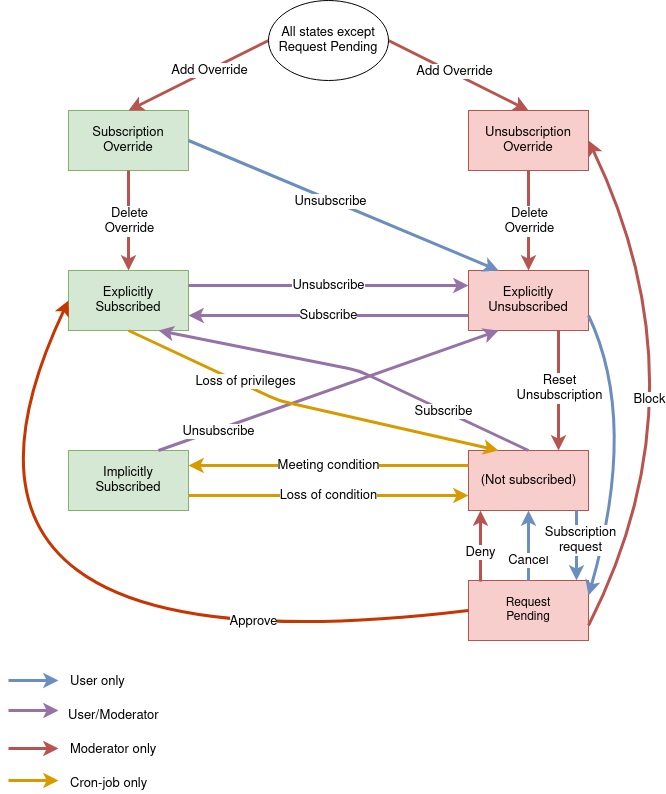
Before: doc/source/SubscriptionStates.png, a diagram exported from draw.io (cde-ev/subman). Source tidied: cells renumbered, new cells last; positions are measured from the earlier drawing's top-left corner, leaving out a move shared by most shapes.
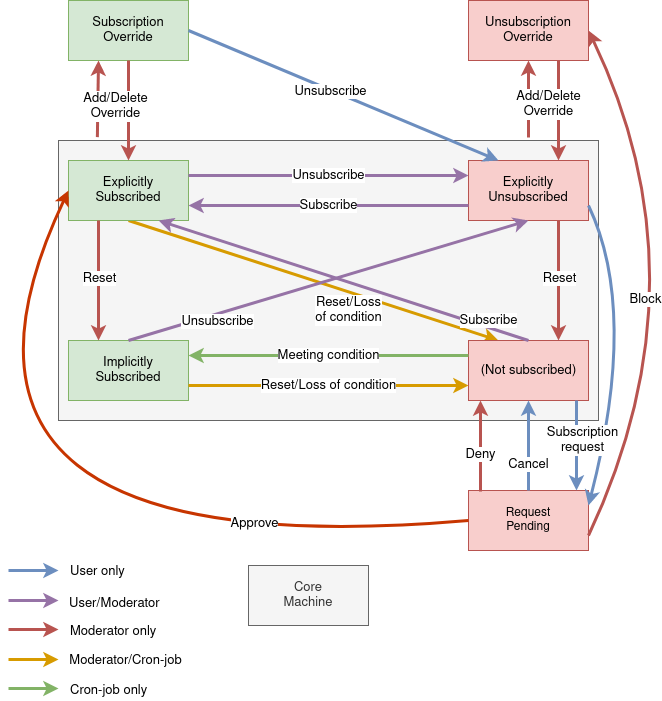
Later version of the same file.

Commit message:
doc: Decouple subman documentation

Diff of the diagram source:
```diff
@@ -2,12 +2,28 @@
   <root>
     <mxCell id="0" />
     <mxCell id="1" parent="0" />
+    <mxCell id="49" style="endArrow=classic;html=1;strokeWidth=3;fontSize=13;entryX=0.5;entryY=1;entryDx=0;entryDy=0;fillColor=#f8cecc;strokeColor=#b85450;" parent="1" edge="1" target="3">
+      <mxGeometry relative="1" as="geometry">
+        <mxPoint x="700" y="247" as="sourcePoint" />
+      </mxGeometry>
+    </mxCell>
+    <mxCell id="50" style="rounded=0;whiteSpace=wrap;html=1;fillColor=#f5f5f5;strokeColor=#666666;fontColor=#333333;" parent="1" vertex="1">
+      <mxGeometry x="230" y="250" width="540" height="280" as="geometry" />
+    </mxCell>
     <mxCell id="2" value="&lt;div style=&quot;font-size: 13px;&quot;&gt;Subscription&lt;/div&gt;&lt;div style=&quot;font-size: 13px;&quot;&gt;Override&lt;br style=&quot;font-size: 13px;&quot;&gt;&lt;/div&gt;" style="rounded=0;whiteSpace=wrap;html=1;fillColor=#d5e8d4;strokeColor=#82b366;fontSize=13;" parent="1" vertex="1">
       <mxGeometry x="240" y="110" width="120" height="60" as="geometry" />
     </mxCell>
     <mxCell id="3" value="Unsubscription&lt;br style=&quot;font-size: 13px;&quot;&gt;Override" style="rounded=0;whiteSpace=wrap;html=1;fillColor=#f8cecc;strokeColor=#b85450;fontSize=13;" parent="1" vertex="1">
       <mxGeometry x="640" y="110" width="120" height="60" as="geometry" />
     </mxCell>
+    <mxCell id="15" style="edgeStyle=none;rounded=1;jettySize=auto;html=1;exitX=0.5;exitY=1;exitDx=0;exitDy=0;entryX=0.25;entryY=0;entryDx=0;entryDy=0;fillColor=#ffe6cc;strokeWidth=3;strokeColor=#d79b00;" parent="1" edge="1" source="4" target="7">
+      <mxGeometry relative="1" as="geometry" />
+    </mxCell>
+    <mxCell id="51" value="&lt;font style=&quot;font-size: 13px&quot;&gt;Reset/Loss&lt;br&gt;of condition&lt;/font&gt;" style="edgeLabel;html=1;align=center;verticalAlign=middle;" parent="15" vertex="1">
+      <mxGeometry x="0.3" y="-4" relative="1" as="geometry">
+        <mxPoint x="-19.4" y="8.1" as="offset" />
+      </mxGeometry>
+    </mxCell>
     <mxCell id="4" value="&lt;div style=&quot;font-size: 13px&quot;&gt;Explicitly&lt;/div&gt;&lt;div style=&quot;font-size: 13px&quot;&gt;Subscribed&lt;br style=&quot;font-size: 13px&quot;&gt;&lt;/div&gt;" style="rounded=0;whiteSpace=wrap;html=1;fillColor=#d5e8d4;strokeColor=#82b366;fontSize=13;" parent="1" vertex="1">
       <mxGeometry x="240" y="270" width="120" height="60" as="geometry" />
     </mxCell>
@@ -20,14 +36,14 @@
     <mxCell id="7" style="rounded=0;whiteSpace=wrap;html=1;fillColor=#f8cecc;strokeColor=#b85450;" parent="1" vertex="1">
       <mxGeometry x="640" y="450" width="120" height="60" as="geometry" />
     </mxCell>
-    <mxCell id="8" value="Meeting condition" style="endArrow=classic;html=1;exitX=0;exitY=0.25;exitDx=0;exitDy=0;entryX=1;entryY=0.25;entryDx=0;entryDy=0;fillColor=#ffe6cc;strokeColor=#d79b00;strokeWidth=3;fontSize=13;" parent="1" edge="1" source="7" target="6">
+    <mxCell id="8" value="Meeting condition" style="endArrow=classic;html=1;exitX=0;exitY=0.25;exitDx=0;exitDy=0;entryX=1;entryY=0.25;entryDx=0;entryDy=0;fillColor=#d5e8d4;strokeColor=#82b366;strokeWidth=3;fontSize=13;" parent="1" edge="1" source="7" target="6">
       <mxGeometry relative="1" as="geometry">
         <Array as="points">
           <mxPoint x="490" y="465" />
         </Array>
       </mxGeometry>
     </mxCell>
-    <mxCell id="9" value="&lt;font style=&quot;font-size: 13px&quot;&gt;Loss of condition&lt;/font&gt;" style="endArrow=classic;html=1;strokeWidth=3;exitX=1;exitY=0.75;exitDx=0;exitDy=0;entryX=0;entryY=0.75;entryDx=0;entryDy=0;fillColor=#ffe6cc;strokeColor=#d79b00;" parent="1" edge="1" source="6" target="7">
+    <mxCell id="9" value="&lt;font style=&quot;font-size: 13px&quot;&gt;Reset/Loss of condition&lt;/font&gt;" style="endArrow=classic;html=1;strokeWidth=3;exitX=1;exitY=0.75;exitDx=0;exitDy=0;entryX=0;entryY=0.75;entryDx=0;entryDy=0;fillColor=#ffe6cc;strokeColor=#d79b00;" parent="1" edge="1" source="6" target="7">
       <mxGeometry relative="1" as="geometry" />
     </mxCell>
     <mxCell id="10" value="&lt;font style=&quot;font-size: 13px&quot;&gt;Unsubscribe&lt;/font&gt;" style="endArrow=classic;html=1;strokeWidth=3;exitX=1;exitY=0.25;exitDx=0;exitDy=0;entryX=0;entryY=0.25;entryDx=0;entryDy=0;fillColor=#e1d5e7;strokeColor=#9673a6;" parent="1" edge="1" source="4" target="5">
@@ -36,7 +52,7 @@
     <mxCell id="11" value="&lt;div style=&quot;font-size: 13px&quot;&gt;&lt;font style=&quot;font-size: 13px&quot;&gt;Subscribe&lt;/font&gt;&lt;/div&gt;" style="endArrow=classic;html=1;strokeWidth=3;exitX=0;exitY=0.75;exitDx=0;exitDy=0;entryX=1;entryY=0.75;entryDx=0;entryDy=0;fillColor=#e1d5e7;strokeColor=#9673a6;" parent="1" edge="1" source="5" target="4">
       <mxGeometry relative="1" as="geometry" />
     </mxCell>
-    <mxCell id="12" style="endArrow=classic;html=1;strokeWidth=3;entryX=0.25;entryY=1;entryDx=0;entryDy=0;exitX=0.75;exitY=0;exitDx=0;exitDy=0;fillColor=#e1d5e7;strokeColor=#9673a6;" parent="1" edge="1" source="6" target="5">
+    <mxCell id="12" style="endArrow=classic;html=1;strokeWidth=3;exitX=0.5;exitY=0;exitDx=0;exitDy=0;fillColor=#e1d5e7;strokeColor=#9673a6;entryX=0.5;entryY=1;entryDx=0;entryDy=0;" parent="1" edge="1" source="6" target="5">
       <mxGeometry relative="1" as="geometry" />
     </mxCell>
     <mxCell id="13" value="&lt;font style=&quot;font-size: 13px&quot;&gt;Unsubscribe&lt;/font&gt;" style="text;html=1;align=center;verticalAlign=middle;labelBackgroundColor=#ffffff;rotation=0;direction=west;" parent="12" vertex="1">
@@ -44,25 +60,11 @@
         <mxPoint x="-98" y="38" as="offset" />
       </mxGeometry>
     </mxCell>
-    <mxCell id="14" value="&lt;font style=&quot;font-size: 13px&quot;&gt;Subscribe&lt;/font&gt;" style="endArrow=classic;html=1;strokeWidth=3;exitX=0.5;exitY=0;exitDx=0;exitDy=0;fillColor=#e1d5e7;strokeColor=#9673a6;entryX=0.75;entryY=1;entryDx=0;entryDy=0;" parent="1" edge="1" source="7" target="4">
-      <mxGeometry x="-0.52" y="1" relative="1" as="geometry">
-        <Array as="points">
-          <mxPoint x="530" y="370" />
-        </Array>
+    <mxCell id="14" value="&lt;font style=&quot;font-size: 13px&quot;&gt;Subscribe&lt;/font&gt;" style="endArrow=classic;html=1;strokeWidth=3;exitX=0.5;exitY=0;exitDx=0;exitDy=0;fillColor=#e1d5e7;strokeColor=#9673a6;" parent="1" edge="1" source="7">
+      <mxGeometry x="-0.77" y="-7" relative="1" as="geometry">
+        <mxPoint x="330" y="330" as="targetPoint" />
       </mxGeometry>
     </mxCell>
-    <mxCell id="15" style="endArrow=classic;html=1;strokeWidth=3;exitX=0.5;exitY=1;exitDx=0;exitDy=0;entryX=0.25;entryY=0;entryDx=0;entryDy=0;fillColor=#ffe6cc;strokeColor=#d79b00;" parent="1" edge="1" source="4" target="7">
-      <mxGeometry relative="1" as="geometry">
-        <Array as="points">
-          <mxPoint x="450" y="400" />
-        </Array>
-      </mxGeometry>
-    </mxCell>
-    <mxCell id="16" value="&lt;font style=&quot;font-size: 13px&quot;&gt;Loss of privileges&lt;/font&gt;" style="text;html=1;align=center;verticalAlign=middle;labelBackgroundColor=#ffffff;" parent="15" vertex="1">
-      <mxGeometry x="0.7" y="-3" relative="1" as="geometry">
-        <mxPoint x="-195.5" y="-59.5" as="offset" />
-      </mxGeometry>
-    </mxCell>
     <mxCell id="17" style="endArrow=classic;html=1;strokeWidth=3;exitX=1;exitY=0.5;exitDx=0;exitDy=0;strokeColor=none;curved=1;entryX=0;entryY=0.5;entryDx=0;entryDy=0;" parent="1" edge="1" source="7" target="2">
       <mxGeometry relative="1" as="geometry">
         <Array as="points">
@@ -71,7 +73,7 @@
       </mxGeometry>
     </mxCell>
     <mxCell id="18" value="Request&lt;br&gt;Pending" style="rounded=0;whiteSpace=wrap;html=1;fillColor=#f8cecc;strokeColor=#b85450;" parent="1" vertex="1">
-      <mxGeometry x="640" y="580" width="120" height="60" as="geometry" />
+      <mxGeometry x="640" y="600" width="120" height="60" as="geometry" />
     </mxCell>
     <mxCell id="19" value="&lt;font style=&quot;font-size: 13px&quot;&gt;Deny&lt;/font&gt;" style="endArrow=classic;html=1;strokeWidth=3;fillColor=#f8cecc;strokeColor=#b85450;entryX=0.1;entryY=1;entryDx=0;entryDy=0;entryPerimeter=0;exitX=0.1;exitY=0.017;exitDx=0;exitDy=0;exitPerimeter=0;" parent="1" edge="1" source="18" target="7">
       <mxGeometry x="-0.19" relative="1" as="geometry" />
@@ -103,28 +105,20 @@
     <mxCell id="24" style="endArrow=classic;html=1;strokeWidth=3;fontSize=13;exitX=0.5;exitY=1;exitDx=0;exitDy=0;entryX=0.5;entryY=0;entryDx=0;entryDy=0;fillColor=#f8cecc;strokeColor=#b85450;" parent="1" edge="1" source="2" target="4">
       <mxGeometry relative="1" as="geometry" />
     </mxCell>
-    <mxCell id="25" value="&lt;div&gt;Delete&lt;/div&gt;&lt;div&gt;Override&lt;br&gt;&lt;/div&gt;" style="text;html=1;align=center;verticalAlign=middle;labelBackgroundColor=#ffffff;fontSize=13;" parent="24" vertex="1">
-      <mxGeometry x="-0.3" relative="1" as="geometry">
-        <mxPoint y="15" as="offset" />
-      </mxGeometry>
-    </mxCell>
-    <mxCell id="26" style="endArrow=classic;html=1;strokeWidth=3;fontSize=13;exitX=0.5;exitY=1;exitDx=0;exitDy=0;entryX=0.5;entryY=0;entryDx=0;entryDy=0;fillColor=#f8cecc;strokeColor=#b85450;" parent="1" edge="1" source="3" target="5">
+    <mxCell id="26" style="endArrow=classic;html=1;strokeWidth=3;fontSize=13;exitX=0.75;exitY=1;exitDx=0;exitDy=0;entryX=0.75;entryY=0;entryDx=0;entryDy=0;fillColor=#f8cecc;strokeColor=#b85450;" parent="1" edge="1" source="3" target="5">
       <mxGeometry relative="1" as="geometry" />
     </mxCell>
-    <mxCell id="27" value="&lt;div&gt;Delete&lt;/div&gt;&lt;div&gt;Override&lt;br&gt;&lt;/div&gt;" style="text;html=1;align=center;verticalAlign=middle;labelBackgroundColor=#ffffff;fontSize=13;" parent="26" vertex="1">
+    <mxCell id="27" value="&lt;div&gt;Add/Delete&lt;/div&gt;&lt;div&gt;Override&lt;br&gt;&lt;/div&gt;" style="text;html=1;align=center;verticalAlign=middle;labelBackgroundColor=#ffffff;fontSize=13;" parent="26" vertex="1">
       <mxGeometry x="-0.3" relative="1" as="geometry">
-        <mxPoint y="15" as="offset" />
+        <mxPoint x="-11" y="8" as="offset" />
       </mxGeometry>
     </mxCell>
-    <mxCell id="28" style="endArrow=classic;html=1;strokeWidth=3;fontSize=13;exitX=1;exitY=0.5;exitDx=0;exitDy=0;entryX=0.5;entryY=0;entryDx=0;entryDy=0;fillColor=#f8cecc;strokeColor=#b85450;" parent="1" edge="1" source="43" target="3">
-      <mxGeometry relative="1" as="geometry" />
-    </mxCell>
-    <mxCell id="29" style="endArrow=classic;html=1;strokeWidth=3;fontSize=13;exitX=0;exitY=0.5;exitDx=0;exitDy=0;entryX=0.5;entryY=0;entryDx=0;entryDy=0;fillColor=#f8cecc;strokeColor=#b85450;" parent="1" edge="1" source="43" target="2">
+    <mxCell id="29" style="endArrow=classic;html=1;strokeWidth=3;fontSize=13;exitX=0.072;exitY=-0.012;exitDx=0;exitDy=0;entryX=0.25;entryY=1;entryDx=0;entryDy=0;fillColor=#f8cecc;strokeColor=#b85450;exitPerimeter=0;" parent="1" edge="1" source="50" target="2">
       <mxGeometry relative="1" as="geometry" />
     </mxCell>
-    <mxCell id="30" value="Add Override" style="edgeLabel;html=1;align=center;verticalAlign=middle;fontSize=13;" parent="29" vertex="1">
+    <mxCell id="30" value="&lt;div&gt;Add/Delete&lt;/div&gt;&lt;div&gt;Override&lt;/div&gt;" style="edgeLabel;html=1;align=center;verticalAlign=middle;fontSize=13;" parent="29" vertex="1">
       <mxGeometry x="-0.16" y="-2" relative="1" as="geometry">
-        <mxPoint y="2.2" as="offset" />
+        <mxPoint x="15" y="1.2" as="offset" />
       </mxGeometry>
     </mxCell>
     <mxCell id="31" style="endArrow=classic;html=1;strokeWidth=3;fontSize=13;fillColor=#dae8fc;strokeColor=#6c8ebf;" parent="1" edge="1">
@@ -143,14 +137,14 @@
       </mxGeometry>
     </mxCell>
     <mxCell id="34" value="User/Moderator" style="text;html=1;align=left;verticalAlign=top;spacingTop=-4;fontSize=13;" parent="1" vertex="1">
-      <mxGeometry x="238" y="705" width="100" height="20" as="geometry" />
+      <mxGeometry x="239" y="703" width="100" height="20" as="geometry" />
     </mxCell>
     <mxCell id="35" style="endArrow=classic;html=1;strokeWidth=3;fontSize=13;fillColor=#f8cecc;strokeColor=#b85450;" parent="1" edge="1">
       <mxGeometry relative="1" as="geometry">
-        <mxPoint x="180" y="748" as="sourcePoint" />
-        <mxPoint x="230" y="748" as="targetPoint" />
+        <mxPoint x="180" y="739" as="sourcePoint" />
+        <mxPoint x="230" y="739" as="targetPoint" />
         <Array as="points">
-          <mxPoint x="200" y="748" />
+          <mxPoint x="200" y="739" />
         </Array>
       </mxGeometry>
     </mxCell>
@@ -163,16 +157,16 @@
       </mxGeometry>
     </mxCell>
     <mxCell id="38" value="Moderator only" style="text;html=1;align=left;verticalAlign=top;spacingTop=-4;fontSize=13;" parent="1" vertex="1">
-      <mxGeometry x="240" y="739" width="100" height="20" as="geometry" />
+      <mxGeometry x="240" y="731" width="100" height="20" as="geometry" />
     </mxCell>
-    <mxCell id="39" style="endArrow=classic;html=1;strokeWidth=3;fontSize=13;fillColor=#ffe6cc;strokeColor=#d79b00;" parent="1" edge="1">
+    <mxCell id="39" style="endArrow=classic;html=1;strokeWidth=3;fontSize=13;fillColor=#d5e8d4;strokeColor=#82b366;" parent="1" edge="1">
       <mxGeometry relative="1" as="geometry">
-        <mxPoint x="180" y="780" as="sourcePoint" />
-        <mxPoint x="230" y="780" as="targetPoint" />
+        <mxPoint x="180" y="798" as="sourcePoint" />
+        <mxPoint x="230" y="798" as="targetPoint" />
       </mxGeometry>
     </mxCell>
     <mxCell id="40" value="Cron-job only" style="text;html=1;align=left;verticalAlign=top;spacingTop=-4;fontSize=13;" parent="1" vertex="1">
-      <mxGeometry x="240" y="773" width="90" height="20" as="geometry" />
+      <mxGeometry x="240" y="790" width="90" height="20" as="geometry" />
     </mxCell>
     <mxCell id="41" value="Cancel" style="endArrow=classic;html=1;strokeWidth=3;fontSize=13;entryX=0.5;entryY=1;entryDx=0;entryDy=0;exitX=0.5;exitY=0;exitDx=0;exitDy=0;fillColor=#dae8fc;strokeColor=#6c8ebf;" parent="1" edge="1" source="18" target="7">
       <mxGeometry x="-0.43" relative="1" as="geometry" />
@@ -180,9 +174,6 @@
     <mxCell id="42" value="(Not subscribed)" style="text;html=1;align=center;verticalAlign=top;spacingTop=-4;fontSize=13;" parent="1" vertex="1">
       <mxGeometry x="645" y="470" width="110" height="20" as="geometry" />
     </mxCell>
-    <mxCell id="43" value="&lt;div style=&quot;font-size: 13px&quot;&gt;All states except&lt;/div&gt;Request Pending" style="ellipse;whiteSpace=wrap;html=1;rounded=0;fontSize=13;" parent="1" vertex="1">
-      <mxGeometry x="440" width="120" height="80" as="geometry" />
-    </mxCell>
     <mxCell id="44" style="endArrow=classic;html=1;exitX=1;exitY=0.75;exitDx=0;exitDy=0;strokeWidth=3;entryX=1;entryY=0.25;entryDx=0;entryDy=0;fillColor=#dae8fc;strokeColor=#6c8ebf;curved=1;" parent="1" edge="1" source="5" target="18">
       <mxGeometry relative="1" as="geometry">
         <Array as="points">
@@ -191,18 +182,42 @@
       </mxGeometry>
     </mxCell>
     <mxCell id="45" value="&lt;font style=&quot;font-size: 13px&quot;&gt;Subscription&lt;br&gt;request&lt;/font&gt;" style="endArrow=classic;html=1;strokeWidth=3;entryX=0.9;entryY=0;entryDx=0;entryDy=0;fillColor=#dae8fc;strokeColor=#6c8ebf;exitX=0.9;exitY=1;exitDx=0;exitDy=0;exitPerimeter=0;entryPerimeter=0;spacingRight=-7;" parent="1" edge="1" source="7" target="18">
-      <mxGeometry x="-0.14" relative="1" as="geometry" />
+      <mxGeometry x="-0.11" y="2" relative="1" as="geometry">
+        <Array as="points">
+          <mxPoint x="748" y="560" />
+        </Array>
+      </mxGeometry>
     </mxCell>
     <mxCell id="46" style="endArrow=classic;html=1;strokeWidth=3;fontSize=13;exitX=0.75;exitY=1;exitDx=0;exitDy=0;entryX=0.75;entryY=0;entryDx=0;entryDy=0;fillColor=#f8cecc;strokeColor=#b85450;" parent="1" edge="1" source="5" target="7">
       <mxGeometry relative="1" as="geometry" />
     </mxCell>
-    <mxCell id="47" value="Reset&lt;br&gt;Unsubscription" style="text;html=1;align=center;verticalAlign=middle;labelBackgroundColor=#ffffff;fontSize=13;" parent="46" vertex="1">
+    <mxCell id="47" value="Reset" style="text;html=1;align=center;verticalAlign=middle;labelBackgroundColor=#FFFFFF;fontSize=13;" parent="46" vertex="1">
       <mxGeometry x="-0.3" relative="1" as="geometry">
         <mxPoint y="15" as="offset" />
       </mxGeometry>
     </mxCell>
-    <mxCell id="48" value="Add Override" style="edgeLabel;html=1;align=center;verticalAlign=middle;fontSize=13;" parent="1" vertex="1">
-      <mxGeometry x="625" y="70" as="geometry" />
-    </mxCell>
+    <mxCell id="52" style="endArrow=classic;html=1;strokeWidth=3;fontSize=13;exitX=0.25;exitY=1;exitDx=0;exitDy=0;fillColor=#f8cecc;strokeColor=#b85450;entryX=0.25;entryY=0;entryDx=0;entryDy=0;" parent="1" edge="1" source="4" target="6">
+      <mxGeometry relative="1" as="geometry" />
+    </mxCell>
+    <mxCell id="53" value="Reset" style="text;html=1;align=center;verticalAlign=middle;labelBackgroundColor=#ffffff;fontSize=13;" parent="52" vertex="1">
+      <mxGeometry x="-0.3" relative="1" as="geometry">
+        <mxPoint y="15" as="offset" />
+      </mxGeometry>
+    </mxCell>
+    <mxCell id="54" style="endArrow=classic;html=1;strokeWidth=3;fontSize=13;fillColor=#ffe6cc;strokeColor=#d79b00;" parent="1" edge="1">
+      <mxGeometry relative="1" as="geometry">
+        <mxPoint x="180" y="769" as="sourcePoint" />
+        <mxPoint x="230" y="769" as="targetPoint" />
+        <Array as="points">
+          <mxPoint x="200" y="769" />
+        </Array>
+      </mxGeometry>
+    </mxCell>
+    <mxCell id="55" value="Moderator/Cron-job" style="text;html=1;align=center;verticalAlign=middle;fontSize=13;" parent="1" vertex="1">
+      <mxGeometry x="232" y="760" width="130" height="20" as="geometry" />
+    </mxCell>
+    <mxCell id="56" value="&lt;span style=&quot;&quot;&gt;&lt;span style=&quot;&quot;&gt;Core&lt;/span&gt;&lt;br&gt;Machine&lt;/span&gt;" style="rounded=0;whiteSpace=wrap;html=1;labelBackgroundColor=none;fontSize=13;fillColor=#f5f5f5;strokeColor=#666666;fontColor=#333333;" parent="1" vertex="1">
+      <mxGeometry x="420" y="675" width="120" height="60" as="geometry" />
+    </mxCell>
   </root>
 </mxGraphModel>
```
